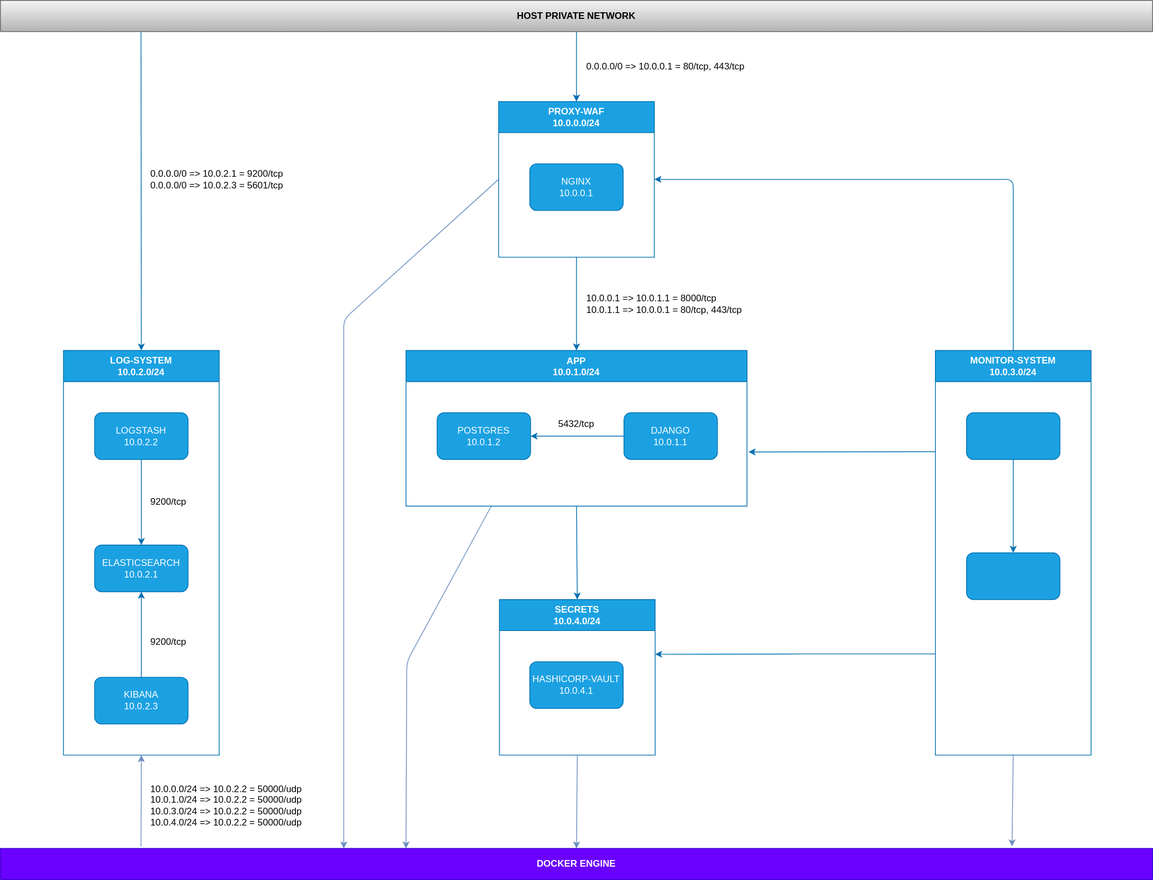
This is _notebook/topology.svg from GiovanniAfro/ft_Transcendence, a draw.io export, as it was before one commit. Source tidied: cells renumbered, new cells last; positions are measured from the earlier drawing's top-left corner, leaving out a move shared by most shapes.
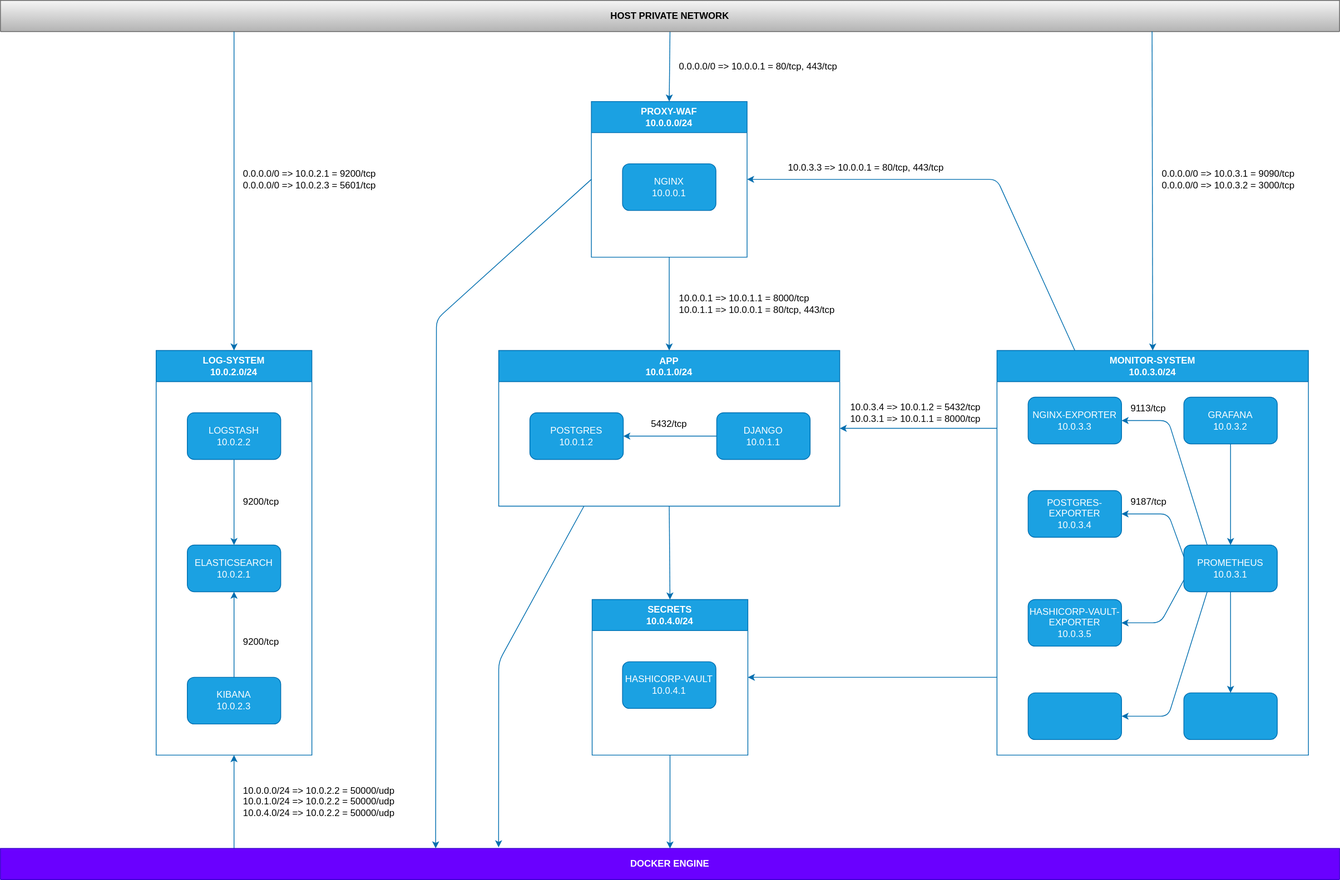
After the commit.

What changed in the source:
```diff
@@ -8,10 +8,10 @@
     <mxCell id="3" style="edgeStyle=none;html=1;exitX=0.5;exitY=1;exitDx=0;exitDy=0;entryX=0.5;entryY=0;entryDx=0;entryDy=0;fillColor=#1ba1e2;strokeColor=#006EAF;" parent="1" edge="1" source="5" target="17">
       <mxGeometry relative="1" as="geometry" />
     </mxCell>
-    <mxCell id="4" style="edgeStyle=none;html=1;exitX=0.25;exitY=1;exitDx=0;exitDy=0;fillColor=#dae8fc;strokeColor=#6c8ebf;entryX=0.352;entryY=0;entryDx=0;entryDy=0;entryPerimeter=0;" parent="1" edge="1" source="5" target="39">
+    <mxCell id="4" style="edgeStyle=none;html=1;exitX=0.25;exitY=1;exitDx=0;exitDy=0;fillColor=#1ba1e2;strokeColor=#006EAF;entryX=0.372;entryY=-0.038;entryDx=0;entryDy=0;entryPerimeter=0;" parent="1" edge="1" source="5" target="39">
       <mxGeometry relative="1" as="geometry">
         <Array as="points">
-          <mxPoint x="522" y="850" />
+          <mxPoint x="521" y="850" />
         </Array>
       </mxGeometry>
     </mxCell>
@@ -33,7 +33,7 @@
     <mxCell id="10" value="10.0.0.1 =&amp;gt; 10.0.1.1 = 8000/tcp&lt;br&gt;10.0.1.1 =&amp;gt; 10.0.0.1 = 80/tcp, 443/tcp" style="text;html=1;align=left;verticalAlign=middle;strokeColor=none;fillColor=none;" parent="1" vertex="1">
       <mxGeometry x="751" y="370" width="220" height="40" as="geometry" />
     </mxCell>
-    <mxCell id="11" style="edgeStyle=none;html=1;exitX=0;exitY=0.5;exitDx=0;exitDy=0;entryX=0.298;entryY=0;entryDx=0;entryDy=0;fillColor=#dae8fc;strokeColor=#6c8ebf;entryPerimeter=0;" parent="1" edge="1" source="12" target="39">
+    <mxCell id="11" style="edgeStyle=none;html=1;exitX=0;exitY=0.5;exitDx=0;exitDy=0;entryX=0.325;entryY=-0.004;entryDx=0;entryDy=0;fillColor=#1ba1e2;strokeColor=#006EAF;entryPerimeter=0;" parent="1" edge="1" source="12" target="39">
       <mxGeometry relative="1" as="geometry">
         <Array as="points">
           <mxPoint x="441" y="410" />
@@ -50,9 +50,9 @@
       <mxGeometry relative="1" as="geometry" />
     </mxCell>
     <mxCell id="15" value="HOST PRIVATE NETWORK" style="swimlane;whiteSpace=wrap;html=1;startSize=40;fillColor=#f5f5f5;gradientColor=#b3b3b3;strokeColor=#666666;" parent="1" vertex="1">
-      <mxGeometry width="1480" height="40" as="geometry" />
+      <mxGeometry x="-119" width="1720" height="40" as="geometry" />
     </mxCell>
-    <mxCell id="16" style="edgeStyle=none;html=1;exitX=0.5;exitY=1;exitDx=0;exitDy=0;entryX=0.5;entryY=0;entryDx=0;entryDy=0;fillColor=#dae8fc;strokeColor=#6c8ebf;" parent="1" edge="1" source="17" target="39">
+    <mxCell id="16" style="edgeStyle=none;html=1;exitX=0.5;exitY=1;exitDx=0;exitDy=0;entryX=0.5;entryY=0;entryDx=0;entryDy=0;fillColor=#1ba1e2;strokeColor=#006EAF;" parent="1" edge="1" source="17" target="39">
       <mxGeometry relative="1" as="geometry" />
     </mxCell>
     <mxCell id="17" value="SECRETS&lt;br&gt;10.0.4.0/24" style="swimlane;whiteSpace=wrap;html=1;startSize=40;fillColor=#1ba1e2;fontColor=#ffffff;strokeColor=#006EAF;" parent="1" vertex="1">
@@ -61,43 +61,23 @@
     <mxCell id="18" value="HASHICORP-VAULT&lt;br&gt;10.0.4.1" style="rounded=1;whiteSpace=wrap;html=1;fillColor=#1ba1e2;strokeColor=#006EAF;fontColor=#ffffff;" parent="17" vertex="1">
       <mxGeometry x="39" y="80" width="120" height="60" as="geometry" />
     </mxCell>
-    <mxCell id="19" style="edgeStyle=none;html=1;exitX=0.5;exitY=1;exitDx=0;exitDy=0;entryX=0.878;entryY=-0.066;entryDx=0;entryDy=0;entryPerimeter=0;fillColor=#dae8fc;strokeColor=#6c8ebf;" parent="1" edge="1" source="23" target="39">
-      <mxGeometry relative="1" as="geometry" />
-    </mxCell>
-    <mxCell id="20" style="edgeStyle=none;html=1;exitX=0.5;exitY=0;exitDx=0;exitDy=0;entryX=1;entryY=0.5;entryDx=0;entryDy=0;fillColor=#1ba1e2;strokeColor=#006EAF;" parent="1" edge="1" source="23" target="12">
-      <mxGeometry relative="1" as="geometry">
-        <Array as="points">
-          <mxPoint x="1301" y="230" />
-        </Array>
-      </mxGeometry>
-    </mxCell>
-    <mxCell id="21" style="edgeStyle=none;html=1;exitX=0;exitY=0.75;exitDx=0;exitDy=0;fillColor=#1ba1e2;strokeColor=#006EAF;" parent="1" edge="1" source="23">
+    <mxCell id="21" style="edgeStyle=none;html=1;fillColor=#1ba1e2;strokeColor=#006EAF;entryX=1;entryY=0.5;entryDx=0;entryDy=0;" parent="1" edge="1" target="17">
       <mxGeometry relative="1" as="geometry">
-        <mxPoint x="841" y="840.3" as="targetPoint" />
-        <Array as="points">
-          <mxPoint x="1021" y="840" />
-        </Array>
+        <mxPoint x="1161" y="870" as="sourcePoint" />
       </mxGeometry>
     </mxCell>
-    <mxCell id="22" style="edgeStyle=none;html=1;exitX=0;exitY=0.25;exitDx=0;exitDy=0;fillColor=#1ba1e2;strokeColor=#006EAF;" parent="1" edge="1" source="23">
+    <mxCell id="22" style="edgeStyle=none;html=1;fillColor=#1ba1e2;strokeColor=#006EAF;entryX=1;entryY=0.5;entryDx=0;entryDy=0;" parent="1" edge="1" target="5">
       <mxGeometry relative="1" as="geometry">
-        <mxPoint x="961" y="580.3" as="targetPoint" />
+        <mxPoint x="1161" y="550" as="sourcePoint" />
       </mxGeometry>
     </mxCell>
-    <mxCell id="23" value="MONITOR-SYSTEM&lt;br&gt;10.0.3.0/24" style="swimlane;whiteSpace=wrap;html=1;startSize=40;fillColor=#1ba1e2;fontColor=#ffffff;strokeColor=#006EAF;" parent="1" vertex="1">
-      <mxGeometry x="1201" y="450" width="200" height="520" as="geometry" />
-    </mxCell>
-    <mxCell id="24" style="edgeStyle=none;html=1;fillColor=#1ba1e2;strokeColor=#006EAF;" parent="23" edge="1" source="25" target="26">
-      <mxGeometry relative="1" as="geometry" />
-    </mxCell>
-    <mxCell id="25" style="rounded=1;whiteSpace=wrap;html=1;fillColor=#1ba1e2;fontColor=#ffffff;strokeColor=#006EAF;" parent="23" vertex="1">
-      <mxGeometry x="40" y="80" width="120" height="60" as="geometry" />
-    </mxCell>
-    <mxCell id="26" style="rounded=1;whiteSpace=wrap;html=1;fillColor=#1ba1e2;fontColor=#ffffff;strokeColor=#006EAF;" parent="23" vertex="1">
-      <mxGeometry x="40" y="260" width="120" height="60" as="geometry" />
-    </mxCell>
+    <mxCell id="41" style="edgeStyle=none;html=1;entryX=0.5;entryY=0;entryDx=0;entryDy=0;fillColor=#1ba1e2;strokeColor=#006EAF;exitX=0.86;exitY=0.998;exitDx=0;exitDy=0;exitPerimeter=0;" parent="1" edge="1" source="15" target="23">
+      <mxGeometry relative="1" as="geometry" />
+    </mxCell>
-    <mxCell id="27" style="edgeStyle=none;html=1;entryX=0.5;entryY=0;entryDx=0;entryDy=0;fillColor=#1ba1e2;strokeColor=#006EAF;exitX=0.122;exitY=1.02;exitDx=0;exitDy=0;exitPerimeter=0;" parent="1" edge="1" source="15" target="28">
-      <mxGeometry relative="1" as="geometry" />
+    <mxCell id="27" style="edgeStyle=none;html=1;entryX=0.5;entryY=0;entryDx=0;entryDy=0;fillColor=#1ba1e2;strokeColor=#006EAF;" parent="1" edge="1" target="28">
+      <mxGeometry relative="1" as="geometry">
+        <mxPoint x="181" y="40" as="sourcePoint" />
+      </mxGeometry>
     </mxCell>
     <mxCell id="28" value="LOG-SYSTEM&lt;br&gt;10.0.2.0/24" style="swimlane;whiteSpace=wrap;html=1;startSize=40;fillColor=#1ba1e2;fontColor=#ffffff;strokeColor=#006EAF;" parent="1" vertex="1">
       <mxGeometry x="81" y="450" width="200" height="520" as="geometry" />
@@ -129,14 +109,96 @@
     <mxCell id="37" value="0.0.0.0/0 =&amp;gt; 10.0.0.1 = 80/tcp, 443/tcp" style="text;html=1;align=left;verticalAlign=middle;strokeColor=none;fillColor=none;" parent="1" vertex="1">
       <mxGeometry x="751" y="70" width="230" height="30" as="geometry" />
     </mxCell>
-    <mxCell id="38" style="edgeStyle=none;html=1;exitX=0.122;exitY=-0.067;exitDx=0;exitDy=0;entryX=0.5;entryY=1;entryDx=0;entryDy=0;exitPerimeter=0;fillColor=#dae8fc;strokeColor=#6c8ebf;" parent="1" edge="1" source="39" target="28">
-      <mxGeometry relative="1" as="geometry" />
+    <mxCell id="38" style="edgeStyle=none;html=1;entryX=0.5;entryY=1;entryDx=0;entryDy=0;fillColor=#1ba1e2;strokeColor=#006EAF;" parent="1" edge="1" target="28">
+      <mxGeometry relative="1" as="geometry">
+        <mxPoint x="181" y="1090" as="sourcePoint" />
+      </mxGeometry>
     </mxCell>
     <mxCell id="39" value="DOCKER ENGINE" style="swimlane;whiteSpace=wrap;html=1;startSize=40;fillColor=#6a00ff;strokeColor=#3700CC;fontColor=#ffffff;" parent="1" vertex="1">
-      <mxGeometry y="1090" width="1480" height="40" as="geometry" />
+      <mxGeometry x="-119" y="1090" width="1720" height="40" as="geometry" />
     </mxCell>
-    <mxCell id="40" value="10.0.0.0/24 =&amp;gt; 10.0.2.2 = 50000/udp&lt;br&gt;10.0.1.0/24 =&amp;gt; 10.0.2.2 = 50000/udp&lt;br&gt;10.0.3.0/24 =&amp;gt; 10.0.2.2 = 50000/udp&lt;br&gt;10.0.4.0/24 =&amp;gt; 10.0.2.2 = 50000/udp" style="text;html=1;align=left;verticalAlign=middle;strokeColor=none;fillColor=none;" parent="1" vertex="1">
-      <mxGeometry x="191" y="1000" width="220" height="70" as="geometry" />
+    <mxCell id="40" value="10.0.0.0/24 =&amp;gt; 10.0.2.2 = 50000/udp&lt;br&gt;10.0.1.0/24 =&amp;gt; 10.0.2.2 = 50000/udp&lt;br&gt;10.0.4.0/24 =&amp;gt; 10.0.2.2 = 50000/udp" style="text;html=1;align=left;verticalAlign=middle;strokeColor=none;fillColor=none;" parent="1" vertex="1">
+      <mxGeometry x="191" y="1000" width="220" height="60" as="geometry" />
     </mxCell>
+    <mxCell id="42" value="0.0.0.0/0 =&amp;gt; 10.0.3.1 = 9090/tcp&lt;br&gt;0.0.0.0/0 =&amp;gt; 10.0.3.2 = 3000/tcp" style="text;html=1;align=left;verticalAlign=middle;strokeColor=none;fillColor=none;" parent="1" vertex="1">
+      <mxGeometry x="1371" y="210" width="190" height="40" as="geometry" />
+    </mxCell>
+    <mxCell id="20" style="edgeStyle=none;html=1;exitX=0.25;exitY=0;exitDx=0;exitDy=0;entryX=1;entryY=0.5;entryDx=0;entryDy=0;fillColor=#1ba1e2;strokeColor=#006EAF;" parent="1" edge="1" source="23" target="12">
+      <mxGeometry relative="1" as="geometry">
+        <Array as="points">
+          <mxPoint x="1161" y="230" />
+        </Array>
+      </mxGeometry>
+    </mxCell>
+    <mxCell id="23" value="MONITOR-SYSTEM&lt;br&gt;10.0.3.0/24" style="swimlane;whiteSpace=wrap;html=1;startSize=40;fillColor=#1ba1e2;fontColor=#ffffff;strokeColor=#006EAF;" parent="1" vertex="1">
+      <mxGeometry x="1161" y="450" width="400" height="520" as="geometry" />
+    </mxCell>
+    <mxCell id="43" value="NGINX-EXPORTER&lt;br style=&quot;border-color: var(--border-color);&quot;&gt;10.0.3.3" style="rounded=1;whiteSpace=wrap;html=1;fillColor=#1ba1e2;fontColor=#ffffff;strokeColor=#006EAF;" parent="23" vertex="1">
+      <mxGeometry x="40" y="60" width="120" height="60" as="geometry" />
+    </mxCell>
+    <mxCell id="44" value="POSTGRES-EXPORTER&lt;br&gt;10.0.3.4" style="rounded=1;whiteSpace=wrap;html=1;fillColor=#1ba1e2;fontColor=#ffffff;strokeColor=#006EAF;" parent="23" vertex="1">
+      <mxGeometry x="40" y="180" width="120" height="60" as="geometry" />
+    </mxCell>
+    <mxCell id="45" value="HASHICORP-VAULT-EXPORTER&lt;br&gt;10.0.3.5" style="rounded=1;whiteSpace=wrap;html=1;fillColor=#1ba1e2;fontColor=#ffffff;strokeColor=#006EAF;" parent="23" vertex="1">
+      <mxGeometry x="40" y="320" width="120" height="60" as="geometry" />
+    </mxCell>
+    <mxCell id="46" style="rounded=1;whiteSpace=wrap;html=1;fillColor=#1ba1e2;fontColor=#ffffff;strokeColor=#006EAF;" parent="23" vertex="1">
+      <mxGeometry x="40" y="440" width="120" height="60" as="geometry" />
+    </mxCell>
+    <mxCell id="25" value="GRAFANA&lt;br style=&quot;border-color: var(--border-color);&quot;&gt;10.0.3.2" style="rounded=1;whiteSpace=wrap;html=1;fillColor=#1ba1e2;fontColor=#ffffff;strokeColor=#006EAF;" parent="23" vertex="1">
+      <mxGeometry x="240" y="60" width="120" height="60" as="geometry" />
+    </mxCell>
+    <mxCell id="47" style="edgeStyle=none;html=1;exitX=0.5;exitY=1;exitDx=0;exitDy=0;entryX=0.5;entryY=0;entryDx=0;entryDy=0;fillColor=#1ba1e2;strokeColor=#006EAF;" parent="23" edge="1" source="26" target="52">
+      <mxGeometry relative="1" as="geometry" />
+    </mxCell>
+    <mxCell id="48" style="edgeStyle=none;html=1;exitX=0.25;exitY=1;exitDx=0;exitDy=0;entryX=1;entryY=0.5;entryDx=0;entryDy=0;fillColor=#1ba1e2;strokeColor=#006EAF;" parent="23" edge="1" source="26" target="46">
+      <mxGeometry relative="1" as="geometry">
+        <Array as="points">
+          <mxPoint x="220" y="470" />
+        </Array>
+      </mxGeometry>
+    </mxCell>
+    <mxCell id="49" style="edgeStyle=none;html=1;exitX=0;exitY=0.75;exitDx=0;exitDy=0;entryX=1;entryY=0.5;entryDx=0;entryDy=0;fillColor=#1ba1e2;strokeColor=#006EAF;" parent="23" edge="1" source="26" target="45">
+      <mxGeometry relative="1" as="geometry">
+        <Array as="points">
+          <mxPoint x="210" y="350" />
+        </Array>
+      </mxGeometry>
+    </mxCell>
+    <mxCell id="50" style="edgeStyle=none;html=1;exitX=0;exitY=0.25;exitDx=0;exitDy=0;entryX=1;entryY=0.5;entryDx=0;entryDy=0;fillColor=#1ba1e2;strokeColor=#006EAF;" parent="23" edge="1" source="26" target="44">
+      <mxGeometry relative="1" as="geometry">
+        <Array as="points">
+          <mxPoint x="220" y="210" />
+        </Array>
+      </mxGeometry>
+    </mxCell>
+    <mxCell id="51" style="edgeStyle=none;html=1;exitX=0.25;exitY=0;exitDx=0;exitDy=0;entryX=1;entryY=0.5;entryDx=0;entryDy=0;fillColor=#1ba1e2;strokeColor=#006EAF;" parent="23" edge="1" source="26" target="43">
+      <mxGeometry relative="1" as="geometry">
+        <Array as="points">
+          <mxPoint x="220" y="90" />
+        </Array>
+      </mxGeometry>
+    </mxCell>
+    <mxCell id="26" value="PROMETHEUS&lt;br style=&quot;border-color: var(--border-color);&quot;&gt;10.0.3.1" style="rounded=1;whiteSpace=wrap;html=1;fillColor=#1ba1e2;fontColor=#ffffff;strokeColor=#006EAF;" parent="23" vertex="1">
+      <mxGeometry x="240" y="250" width="120" height="60" as="geometry" />
+    </mxCell>
+    <mxCell id="24" style="edgeStyle=none;html=1;fillColor=#1ba1e2;strokeColor=#006EAF;" parent="23" edge="1" source="25" target="26">
+      <mxGeometry relative="1" as="geometry" />
+    </mxCell>
+    <mxCell id="52" style="rounded=1;whiteSpace=wrap;html=1;fillColor=#1ba1e2;fontColor=#ffffff;strokeColor=#006EAF;" parent="23" vertex="1">
+      <mxGeometry x="240" y="440" width="120" height="60" as="geometry" />
+    </mxCell>
+    <mxCell id="53" value="9187/tcp" style="text;html=1;align=left;verticalAlign=middle;strokeColor=none;fillColor=none;" parent="23" vertex="1">
+      <mxGeometry x="170" y="180" width="70" height="30" as="geometry" />
+    </mxCell>
+    <mxCell id="54" value="9113/tcp" style="text;html=1;align=left;verticalAlign=middle;strokeColor=none;fillColor=none;" parent="23" vertex="1">
+      <mxGeometry x="170" y="60" width="70" height="30" as="geometry" />
+    </mxCell>
+    <mxCell id="55" value="10.0.3.4 =&amp;gt; 10.0.1.2 = 5432/tcp&lt;br&gt;10.0.3.1 =&amp;gt; 10.0.1.1 = 8000/tcp" style="text;html=1;align=left;verticalAlign=middle;strokeColor=none;fillColor=none;" parent="1" vertex="1">
+      <mxGeometry x="971" y="510" width="190" height="40" as="geometry" />
+    </mxCell>
+    <mxCell id="56" value="10.0.3.3 =&amp;gt; 10.0.0.1 = 80/tcp, 443/tcp" style="text;html=1;align=left;verticalAlign=middle;strokeColor=none;fillColor=none;" parent="1" vertex="1">
+      <mxGeometry x="891" y="200" width="220" height="30" as="geometry" />
+    </mxCell>
   </root>
 </mxGraphModel>
```
